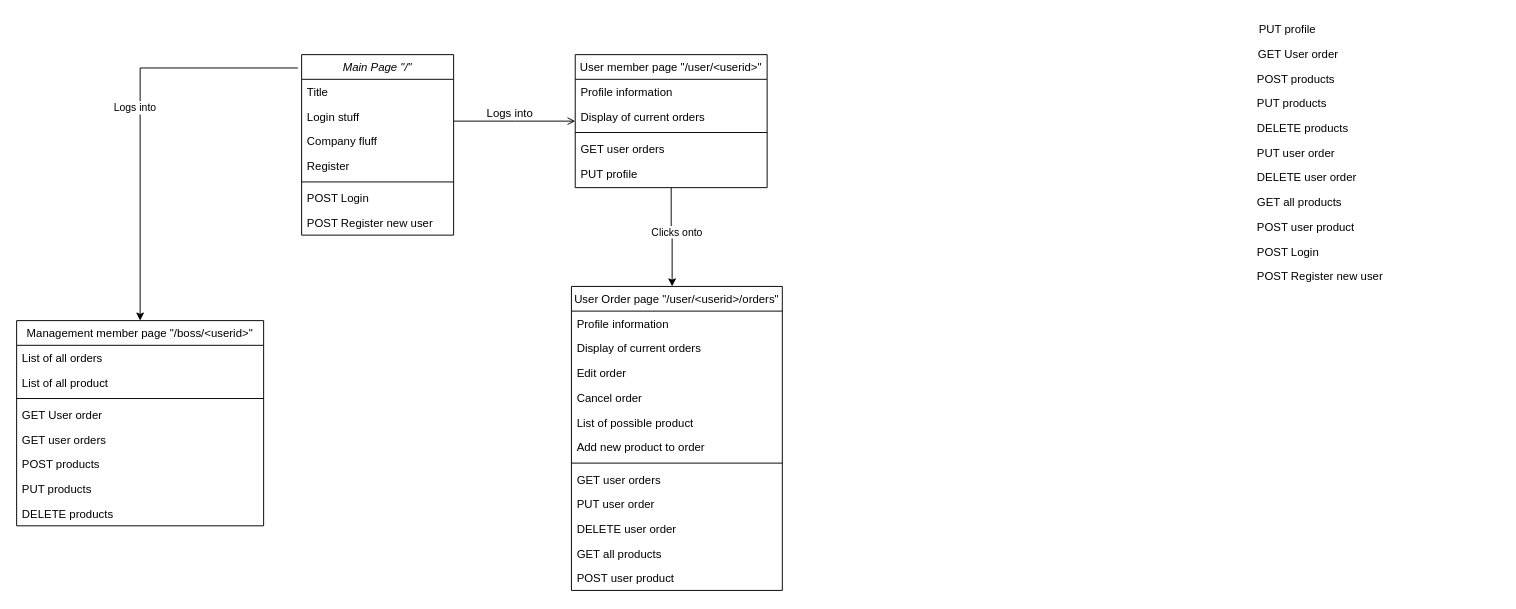
Earlier version of the draw.io diagram Draft flow diagram.drawio (Haibo93/Cloud_Computing). Source tidied: cells renumbered, new cells numbered last; positions are measured from the earlier drawing's top-left corner, leaving out a move shared by most shapes. Both pictures are drawn from the tidied source at 95%, with x=0, y=0 at pixel (16, 16).
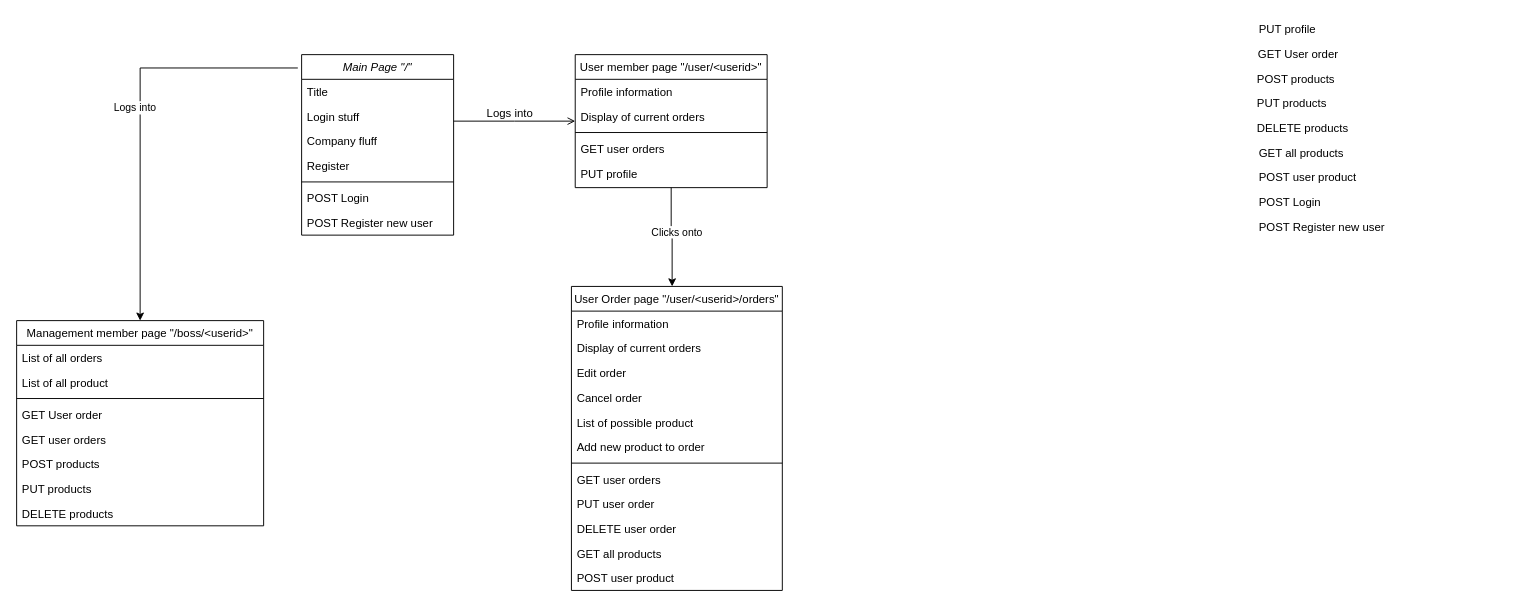
The same page after the edit.

Change to the diagram source:
```diff
@@
     <mxCell id="43" value="POST Login" style="text;align=left;verticalAlign=top;spacingLeft=4;spacingRight=4;overflow=hidden;" parent="1" vertex="1">
-      <mxGeometry x="1300" y="234" width="160" height="26" as="geometry" />
+      <mxGeometry x="1302" y="182" width="160" height="26" as="geometry" />
     </mxCell>
     <mxCell id="44" value="POST Register new user" style="text;align=left;verticalAlign=top;spacingLeft=4;spacingRight=4;overflow=hidden;" parent="1" vertex="1">
-      <mxGeometry x="1300" y="260" width="160" height="26" as="geometry" />
+      <mxGeometry x="1302" y="208" width="160" height="26" as="geometry" />
     </mxCell>
     <mxCell id="45" value="GET User order" style="text;align=left;verticalAlign=top;spacingLeft=4;spacingRight=4;overflow=hidden;fontStyle=0;" parent="1" vertex="1">
-      <mxGeometry x="1301" y="26" width="260" height="26" as="geometry" />
+      <mxGeometry x="1301" y="26" width="199" height="26" as="geometry" />
     </mxCell>
@@
-    <mxCell id="50" value="PUT user order" style="text;align=left;verticalAlign=top;spacingLeft=4;spacingRight=4;overflow=hidden;" parent="1" vertex="1">
-      <mxGeometry x="1300" y="130" width="222" height="26" as="geometry" />
-    </mxCell>
-    <mxCell id="51" value="DELETE user order" style="text;align=left;verticalAlign=top;spacingLeft=4;spacingRight=4;overflow=hidden;" parent="1" vertex="1">
-      <mxGeometry x="1300" y="156" width="222" height="26" as="geometry" />
-    </mxCell>
     <mxCell id="52" value="GET all products" style="text;align=left;verticalAlign=top;spacingLeft=4;spacingRight=4;overflow=hidden;" parent="1" vertex="1">
-      <mxGeometry x="1300" y="182" width="222" height="26" as="geometry" />
+      <mxGeometry x="1302" y="130" width="222" height="26" as="geometry" />
     </mxCell>
     <mxCell id="53" value="POST user product" style="text;align=left;verticalAlign=top;spacingLeft=4;spacingRight=4;overflow=hidden;" parent="1" vertex="1">
-      <mxGeometry x="1300" y="208" width="222" height="26" as="geometry" />
+      <mxGeometry x="1302" y="156" width="222" height="26" as="geometry" />
     </mxCell>
```
